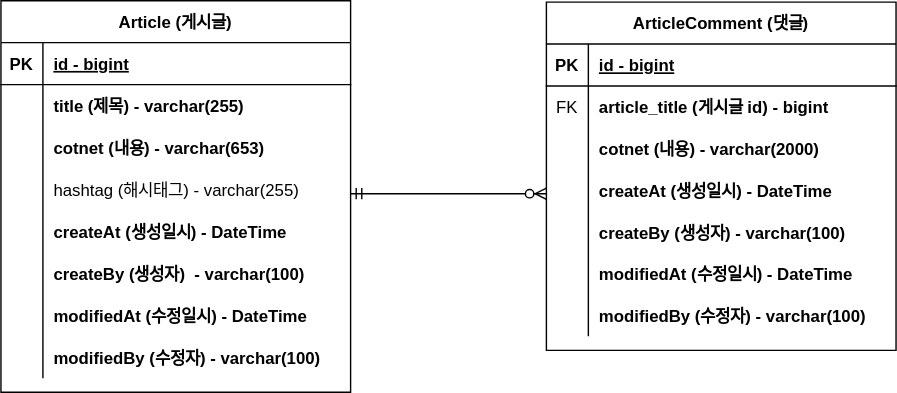
hyun-sik94/project-board keeps this draw.io diagram as document/project-board-erd.svg. Above is the earlier version. Source tidied: cells renumbered, new cells last; positions are measured from the earlier drawing's top-left corner, leaving out a move shared by most shapes.
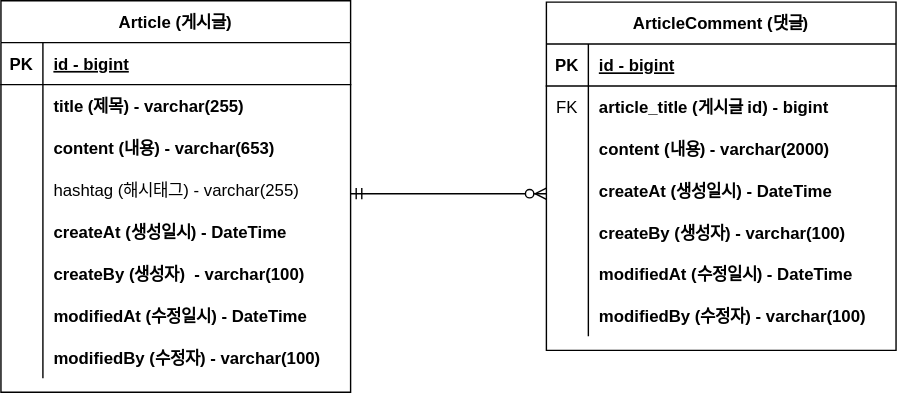
The same diagram one commit later.

Commit message:
#8 - ERD 오타수정: project-board-erd.svg

Change to the diagram source:
```diff
@@ -29,7 +29,7 @@
     <mxCell id="10" value="        " style="shape=partialRectangle;overflow=hidden;fillColor=none;top=0;left=0;bottom=0;right=0;" parent="9" vertex="1">
       <mxGeometry width="30" height="30" as="geometry" />
     </mxCell>
-    <mxCell id="11" value="cotnet (내용) - varchar(653)" style="shape=partialRectangle;overflow=hidden;fillColor=none;top=0;left=0;bottom=0;right=0;align=left;spacingLeft=6;fontStyle=1;" parent="9" vertex="1">
+    <mxCell id="11" value="content (내용) - varchar(653)" style="shape=partialRectangle;overflow=hidden;fillColor=none;top=0;left=0;bottom=0;right=0;align=left;spacingLeft=6;fontStyle=1;" parent="9" vertex="1">
       <mxGeometry x="30" width="220" height="30" as="geometry" />
     </mxCell>
     <mxCell id="12" style="shape=partialRectangle;fillColor=none;top=0;left=0;right=0;bottom=0;" parent="2" vertex="1">
@@ -104,7 +104,7 @@
     <mxCell id="35" value="        " style="shape=partialRectangle;overflow=hidden;fillColor=none;top=0;left=0;bottom=0;right=0;" parent="34" vertex="1">
       <mxGeometry width="30" height="30" as="geometry" />
     </mxCell>
-    <mxCell id="36" value="cotnet (내용) - varchar(2000)" style="shape=partialRectangle;overflow=hidden;fillColor=none;top=0;left=0;bottom=0;right=0;align=left;spacingLeft=6;fontStyle=1;" parent="34" vertex="1">
+    <mxCell id="36" value="content (내용) - varchar(2000)" style="shape=partialRectangle;overflow=hidden;fillColor=none;top=0;left=0;bottom=0;right=0;align=left;spacingLeft=6;fontStyle=1;" parent="34" vertex="1">
       <mxGeometry x="30" width="220" height="30" as="geometry" />
     </mxCell>
     <mxCell id="37" style="shape=partialRectangle;fillColor=none;top=0;left=0;right=0;bottom=0;" parent="27" vertex="1">
```
